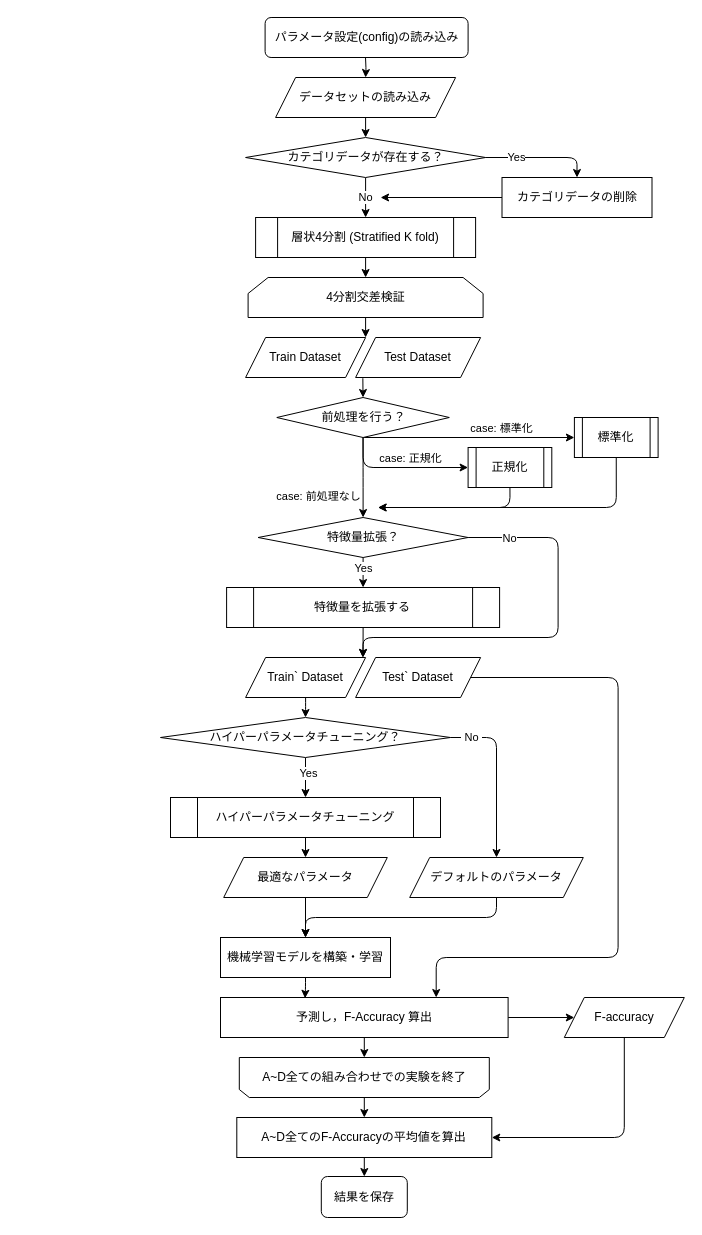
RyutaSato/ml-study-archive-rsato keeps this draw.io diagram as thesis/figures/ml-flow.drawio. Above is the earlier version. Source tidied: cells renumbered, new cells numbered last; positions are measured from the earlier drawing's top-left corner, leaving out a move shared by most shapes. Both pictures are drawn from the tidied source at 100%, with x=0, y=0 at pixel (160, 17).
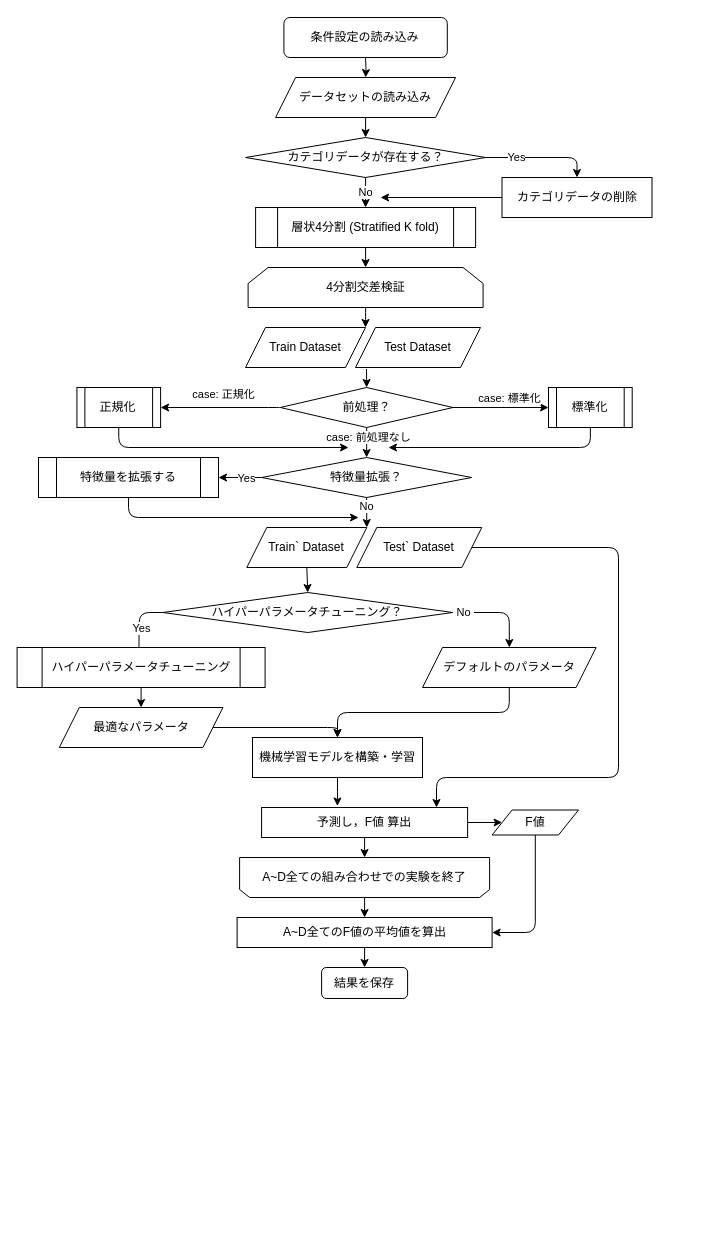
The same diagram, later.

Unchanged cells that the change refers to:
```xml
<mxCell id="55" value="Train` Dataset" style="shape=parallelogram;perimeter=parallelogramPerimeter;whiteSpace=wrap;html=1;fixedSize=1;" parent="54" vertex="1">
  <mxGeometry width="120" height="40" as="geometry" />
</mxCell>
<mxCell id="56" value="Test` Dataset" style="shape=parallelogram;perimeter=parallelogramPerimeter;whiteSpace=wrap;html=1;fixedSize=1;" parent="54" vertex="1">
  <mxGeometry x="110" width="125" height="40" as="geometry" />
</mxCell>
<mxCell id="59" value="Test Dataset" style="shape=parallelogram;perimeter=parallelogramPerimeter;whiteSpace=wrap;html=1;fixedSize=1;" parent="57" vertex="1">
  <mxGeometry x="110" width="125" height="40" as="geometry" />
</mxCell>
```

Diff of the diagram source:
```diff
@@
     <mxCell id="11" value="層状4分割 (Stratified K fold)" style="shape=process;whiteSpace=wrap;html=1;backgroundOutline=1;" parent="1" vertex="1">
-      <mxGeometry x="95.1" y="200" width="220" height="40" as="geometry" />
+      <mxGeometry x="95.1" y="190" width="220" height="40" as="geometry" />
     </mxCell>
@@
     <mxCell id="13" value="4分割交差検証" style="shape=loopLimit;whiteSpace=wrap;html=1;" parent="1" vertex="1">
-      <mxGeometry x="87.6" y="260" width="235" height="40" as="geometry" />
+      <mxGeometry x="87.6" y="250" width="235" height="40" as="geometry" />
     </mxCell>
@@
     <mxCell id="15" value="A~D全ての組み合わせでの実験を終了" style="shape=loopLimit;whiteSpace=wrap;html=1;size=10;rotation=0;horizontal=1;verticalAlign=middle;direction=west;flipV=0;" parent="1" vertex="1">
-      <mxGeometry x="78.8" y="1040" width="250" height="40" as="geometry" />
+      <mxGeometry x="79.1" y="840" width="250" height="40" as="geometry" />
     </mxCell>
-    <mxCell id="16" style="edgeStyle=orthogonalEdgeStyle;html=1;exitX=0.058;exitY=1.019;exitDx=0;exitDy=0;entryX=0.5;entryY=0;entryDx=0;entryDy=0;exitPerimeter=0;" parent="1" edge="1" source="59" target="51">
-      <mxGeometry relative="1" as="geometry" />
-    </mxCell>
-    <mxCell id="17" style="edgeStyle=orthogonalEdgeStyle;html=1;exitX=0.5;exitY=1;exitDx=0;exitDy=0;entryX=0.5;entryY=0;entryDx=0;entryDy=0;" parent="1" edge="1" source="21" target="53">
+    <mxCell id="17" style="edgeStyle=orthogonalEdgeStyle;html=1;exitX=0;exitY=0.5;exitDx=0;exitDy=0;entryX=1;entryY=0.5;entryDx=0;entryDy=0;" parent="1" edge="1" source="21" target="53">
       <mxGeometry relative="1" as="geometry" />
     </mxCell>
     <mxCell id="18" value="Yes" style="edgeLabel;html=1;align=center;verticalAlign=middle;" parent="17" vertex="1">
       <mxGeometry x="-0.53" relative="1" as="geometry">
-        <mxPoint y="3" as="offset" />
+        <mxPoint x="-6" as="offset" />
       </mxGeometry>
     </mxCell>
-    <mxCell id="19" style="edgeStyle=orthogonalEdgeStyle;html=1;exitX=1;exitY=0.5;exitDx=0;exitDy=0;" parent="1" edge="1" source="21">
-      <mxGeometry relative="1" as="geometry">
-        <mxPoint x="202.6" y="640" as="targetPoint" />
-        <Array as="points">
-          <mxPoint x="397.6" y="520" />
-          <mxPoint x="397.6" y="620" />
-          <mxPoint x="202.6" y="620" />
-        </Array>
-      </mxGeometry>
-    </mxCell>
+    <mxCell id="63" style="edgeStyle=none;html=1;exitX=0.5;exitY=1;exitDx=0;exitDy=0;entryX=1;entryY=0;entryDx=0;entryDy=0;" parent="1" edge="1" source="21" target="55">
+      <mxGeometry relative="1" as="geometry" />
+    </mxCell>
-    <mxCell id="20" value="No" style="edgeLabel;html=1;align=center;verticalAlign=middle;" parent="19" vertex="1">
-      <mxGeometry x="-0.78" y="-1" relative="1" as="geometry">
-        <mxPoint x="-4" y="-1" as="offset" />
-      </mxGeometry>
+    <mxCell id="20" value="No" style="edgeLabel;html=1;align=center;verticalAlign=middle;" parent="63" vertex="1">
+      <mxGeometry x="-0.48" y="-1" relative="1" as="geometry" />
     </mxCell>
     <mxCell id="21" value="特徴量拡張？" style="rhombus;whiteSpace=wrap;html=1;" parent="1" vertex="1">
-      <mxGeometry x="97.6" y="500" width="210" height="40" as="geometry" />
+      <mxGeometry x="101.1" y="440" width="210" height="40" as="geometry" />
     </mxCell>
-    <mxCell id="22" style="edgeStyle=orthogonalEdgeStyle;html=1;exitX=0.5;exitY=1;exitDx=0;exitDy=0;entryX=0;entryY=0.5;entryDx=0;entryDy=0;" parent="1" edge="1" source="51" target="28">
+    <mxCell id="22" style="edgeStyle=orthogonalEdgeStyle;html=1;exitX=0;exitY=0.5;exitDx=0;exitDy=0;entryX=1;entryY=0.5;entryDx=0;entryDy=0;" parent="1" edge="1" source="51" target="28">
       <mxGeometry relative="1" as="geometry">
         <Array as="points">
-          <mxPoint x="202.6" y="420" />
-          <mxPoint x="202.6" y="380" />
+          <mxPoint x="118" y="390" />
         </Array>
       </mxGeometry>
     </mxCell>
@@
-    <mxCell id="24" style="edgeStyle=orthogonalEdgeStyle;html=1;entryX=0;entryY=0.5;entryDx=0;entryDy=0;exitX=0.5;exitY=1;exitDx=0;exitDy=0;" parent="1" edge="1" source="51" target="30">
+    <mxCell id="24" style="edgeStyle=orthogonalEdgeStyle;html=1;entryX=0;entryY=0.5;entryDx=0;entryDy=0;exitX=1;exitY=0.5;exitDx=0;exitDy=0;" parent="1" edge="1" source="51" target="30">
       <mxGeometry relative="1" as="geometry">
         <Array as="points">
-          <mxPoint x="202.6" y="420" />
-          <mxPoint x="202.6" y="440" />
+          <mxPoint x="388" y="390" />
         </Array>
       </mxGeometry>
     </mxCell>
     <mxCell id="25" value="case: 標準化" style="edgeLabel;html=1;align=center;verticalAlign=middle;" parent="24" vertex="1">
       <mxGeometry x="0.2" y="-1" relative="1" as="geometry">
-        <mxPoint x="11" y="-11" as="offset" />
+        <mxPoint x="-1" y="-11" as="offset" />
       </mxGeometry>
     </mxCell>
-    <mxCell id="26" value="case: 前処理なし" style="edgeStyle=orthogonalEdgeStyle;html=1;exitX=0.5;exitY=1;exitDx=0;exitDy=0;" parent="1" edge="1" source="51">
-      <mxGeometry x="0.5" y="-45" relative="1" as="geometry">
-        <mxPoint x="202.6" y="500" as="targetPoint" />
-      </mxGeometry>
+    <mxCell id="26" value="case: 前処理なし" style="edgeStyle=orthogonalEdgeStyle;html=1;exitX=0.5;exitY=1;exitDx=0;exitDy=0;entryX=0.5;entryY=0;entryDx=0;entryDy=0;" parent="1" edge="1" source="51" target="21">
+      <mxGeometry x="-0.33" y="2" relative="1" as="geometry" />
     </mxCell>
     <mxCell id="27" style="edgeStyle=orthogonalEdgeStyle;html=1;exitX=0.5;exitY=1;exitDx=0;exitDy=0;" parent="1" edge="1" source="28">
       <mxGeometry relative="1" as="geometry">
-        <mxPoint x="217.6" y="490" as="targetPoint" />
+        <mxPoint x="188" y="430" as="targetPoint" />
         <Array as="points">
-          <mxPoint x="349.6" y="490" />
+          <mxPoint x="-42" y="430" />
         </Array>
       </mxGeometry>
     </mxCell>
     <mxCell id="28" value="正規化" style="shape=process;whiteSpace=wrap;html=1;backgroundOutline=1;fontFamily=Helvetica;fontSize=12;fontColor=default;align=center;strokeColor=default;fillColor=default;" parent="1" vertex="1">
-      <mxGeometry x="307.6" y="430" width="83.7" height="40" as="geometry" />
+      <mxGeometry x="-83.6" y="370" width="83.7" height="40" as="geometry" />
     </mxCell>
     <mxCell id="29" style="edgeStyle=orthogonalEdgeStyle;html=1;exitX=0.5;exitY=1;exitDx=0;exitDy=0;" parent="1" edge="1" source="30">
       <mxGeometry relative="1" as="geometry">
-        <mxPoint x="217.6" y="490" as="targetPoint" />
+        <mxPoint x="228" y="430" as="targetPoint" />
         <Array as="points">
-          <mxPoint x="455.6" y="490" />
+          <mxPoint x="430" y="430" />
         </Array>
       </mxGeometry>
     </mxCell>
     <mxCell id="30" value="標準化" style="shape=process;whiteSpace=wrap;html=1;backgroundOutline=1;fontFamily=Helvetica;fontSize=12;fontColor=default;align=center;strokeColor=default;fillColor=default;" parent="1" vertex="1">
-      <mxGeometry x="413.9" y="400" width="83.7" height="40" as="geometry" />
+      <mxGeometry x="388" y="370" width="83.7" height="40" as="geometry" />
     </mxCell>
-    <mxCell id="31" style="edgeStyle=orthogonalEdgeStyle;html=1;exitX=0.5;exitY=1;exitDx=0;exitDy=0;entryX=0.5;entryY=0;entryDx=0;entryDy=0;" parent="1" edge="1" source="34" target="36">
-      <mxGeometry relative="1" as="geometry" />
+    <mxCell id="31" style="edgeStyle=orthogonalEdgeStyle;html=1;entryX=0.5;entryY=0;entryDx=0;entryDy=0;exitX=0;exitY=0.5;exitDx=0;exitDy=0;" parent="1" edge="1" source="34">
+      <mxGeometry relative="1" as="geometry">
+        <mxPoint x="-21.7" y="645" as="targetPoint" />
+      </mxGeometry>
     </mxCell>
     <mxCell id="32" value="Yes" style="edgeLabel;html=1;align=center;verticalAlign=middle;" parent="31" vertex="1">
-      <mxGeometry x="-0.23" y="2" relative="1" as="geometry" />
+      <mxGeometry x="-0.23" y="2" relative="1" as="geometry">
+        <mxPoint y="11" as="offset" />
+      </mxGeometry>
     </mxCell>
@@
     <mxCell id="34" value="ハイパーパラメータチューニング？" style="rhombus;whiteSpace=wrap;html=1;" parent="1" vertex="1">
-      <mxGeometry y="700" width="290" height="40" as="geometry" />
+      <mxGeometry x="2.3" y="575" width="290" height="40" as="geometry" />
     </mxCell>
@@
     <mxCell id="36" value="ハイパーパラメータチューニング" style="shape=process;whiteSpace=wrap;html=1;backgroundOutline=1;fontFamily=Helvetica;fontSize=12;fontColor=default;align=center;strokeColor=default;fillColor=default;" parent="1" vertex="1">
-      <mxGeometry x="10" y="780" width="270" height="40" as="geometry" />
+      <mxGeometry x="-143.4" y="630" width="248" height="40" as="geometry" />
     </mxCell>
-    <mxCell id="37" style="edgeStyle=orthogonalEdgeStyle;html=1;exitX=0.5;exitY=1;exitDx=0;exitDy=0;entryX=0.5;entryY=0;entryDx=0;entryDy=0;" parent="1" edge="1" source="38" target="42">
+    <mxCell id="37" style="edgeStyle=orthogonalEdgeStyle;html=1;exitX=1;exitY=0.5;exitDx=0;exitDy=0;entryX=0.5;entryY=0;entryDx=0;entryDy=0;" parent="1" edge="1" source="38" target="42">
       <mxGeometry relative="1" as="geometry" />
     </mxCell>
     <mxCell id="38" value="最適なパラメータ" style="shape=parallelogram;perimeter=parallelogramPerimeter;whiteSpace=wrap;html=1;fixedSize=1;" parent="1" vertex="1">
-      <mxGeometry x="63.2" y="840" width="163.6" height="40" as="geometry" />
+      <mxGeometry x="-101.2" y="690" width="163.6" height="40" as="geometry" />
     </mxCell>
@@
     <mxCell id="40" value="デフォルトのパラメータ" style="shape=parallelogram;perimeter=parallelogramPerimeter;whiteSpace=wrap;html=1;fixedSize=1;" parent="1" vertex="1">
-      <mxGeometry x="249.2" y="840" width="173.6" height="40" as="geometry" />
+      <mxGeometry x="262" y="630" width="173.6" height="40" as="geometry" />
     </mxCell>
-    <mxCell id="41" style="edgeStyle=orthogonalEdgeStyle;html=1;exitX=0.5;exitY=1;exitDx=0;exitDy=0;entryX=0.294;entryY=0.02;entryDx=0;entryDy=0;entryPerimeter=0;" parent="1" edge="1" source="42" target="45">
+    <mxCell id="41" style="edgeStyle=orthogonalEdgeStyle;html=1;exitX=0.5;exitY=1;exitDx=0;exitDy=0;entryX=0.368;entryY=-0.05;entryDx=0;entryDy=0;entryPerimeter=0;" parent="1" edge="1" source="42" target="45">
       <mxGeometry relative="1" as="geometry" />
     </mxCell>
     <mxCell id="42" value="機械学習モデルを構築・学習" style="rounded=0;whiteSpace=wrap;html=1;" parent="1" vertex="1">
-      <mxGeometry x="60" y="920" width="170" height="40" as="geometry" />
+      <mxGeometry x="92" y="720" width="170" height="40" as="geometry" />
     </mxCell>
@@
-    <mxCell id="45" value="予測し，F-Accuracy 算出" style="rounded=0;whiteSpace=wrap;html=1;" parent="1" vertex="1">
-      <mxGeometry x="60" y="980" width="287.6" height="40" as="geometry" />
+    <mxCell id="45" value="予測し，F値 算出" style="rounded=0;whiteSpace=wrap;html=1;" parent="1" vertex="1">
+      <mxGeometry x="101.1" y="790" width="206" height="30" as="geometry" />
     </mxCell>
-    <mxCell id="46" style="edgeStyle=orthogonalEdgeStyle;html=1;exitX=0.5;exitY=1;exitDx=0;exitDy=0;entryX=0.5;entryY=0;entryDx=0;entryDy=0;" parent="1" edge="1" source="55" target="34">
-      <mxGeometry relative="1" as="geometry" />
-    </mxCell>
@@
-    <mxCell id="48" value="F-accuracy" style="shape=parallelogram;perimeter=parallelogramPerimeter;whiteSpace=wrap;html=1;fixedSize=1;" parent="1" vertex="1">
-      <mxGeometry x="403.8" y="980" width="120" height="40" as="geometry" />
+    <mxCell id="48" value="F値" style="shape=parallelogram;perimeter=parallelogramPerimeter;whiteSpace=wrap;html=1;fixedSize=1;" parent="1" vertex="1">
+      <mxGeometry x="331.6" y="792.5" width="86.4" height="25" as="geometry" />
     </mxCell>
@@
-    <mxCell id="50" value="A~D全てのF-Accuracyの平均値を算出" style="rounded=0;whiteSpace=wrap;html=1;" parent="1" vertex="1">
-      <mxGeometry x="76.3" y="1100" width="255" height="40" as="geometry" />
+    <mxCell id="50" value="A~D全てのF値の平均値を算出" style="rounded=0;whiteSpace=wrap;html=1;" parent="1" vertex="1">
+      <mxGeometry x="76.6" y="900" width="255" height="30" as="geometry" />
     </mxCell>
-    <mxCell id="51" value="前処理を行う？" style="shape=rhombus;html=1;dashed=0;whitespace=wrap;perimeter=rhombusPerimeter;" parent="1" vertex="1">
-      <mxGeometry x="116.3" y="380" width="172.5" height="40" as="geometry" />
+    <mxCell id="51" value="前処理？" style="shape=rhombus;html=1;dashed=0;whitespace=wrap;perimeter=rhombusPerimeter;" parent="1" vertex="1">
+      <mxGeometry x="119.9" y="370" width="172.5" height="40" as="geometry" />
     </mxCell>
     <mxCell id="52" style="edgeStyle=orthogonalEdgeStyle;html=1;exitX=0.5;exitY=1;exitDx=0;exitDy=0;" parent="1" edge="1" source="53">
       <mxGeometry relative="1" as="geometry">
-        <mxPoint x="202.3" y="640" as="targetPoint" />
+        <mxPoint x="198" y="500" as="targetPoint" />
+        <Array as="points">
+          <mxPoint x="-32" y="500" />
+          <mxPoint x="198" y="500" />
+        </Array>
       </mxGeometry>
     </mxCell>
     <mxCell id="53" value="特徴量を拡張する" style="shape=process;whiteSpace=wrap;html=1;backgroundOutline=1;" parent="1" vertex="1">
-      <mxGeometry x="66.1" y="570" width="273" height="40" as="geometry" />
+      <mxGeometry x="-122" y="440" width="180" height="40" as="geometry" />
     </mxCell>
     <mxCell id="54" style="group;" parent="1" vertex="1">
-      <mxGeometry x="85.1" y="640" width="235" height="40" as="geometry" />
+      <mxGeometry x="86.3" y="510" width="235" height="40" as="geometry" />
     </mxCell>
@@
     <mxCell id="57" style="group;" parent="1" vertex="1">
-      <mxGeometry x="85.1" y="320" width="235" height="40" as="geometry" />
+      <mxGeometry x="85" y="310" width="235" height="40" as="geometry" />
     </mxCell>
@@
-    <mxCell id="60" style="edgeStyle=orthogonalEdgeStyle;html=1;exitX=1;exitY=0.5;exitDx=0;exitDy=0;entryX=0.75;entryY=0;entryDx=0;entryDy=0;" parent="1" edge="1" source="56" target="45">
+    <mxCell id="60" style="edgeStyle=orthogonalEdgeStyle;html=1;exitX=1;exitY=0.5;exitDx=0;exitDy=0;" parent="1" edge="1" source="56">
       <mxGeometry relative="1" as="geometry">
+        <mxPoint x="276" y="790" as="targetPoint" />
         <Array as="points">
-          <mxPoint x="457.6" y="660" />
-          <mxPoint x="457.6" y="940" />
-          <mxPoint x="275.6" y="940" />
+          <mxPoint x="458" y="530" />
+          <mxPoint x="458" y="760" />
+          <mxPoint x="276" y="760" />
+          <mxPoint x="276" y="790" />
         </Array>
       </mxGeometry>
     </mxCell>
-    <mxCell id="61" value="パラメータ設定(config)の読み込み" style="rounded=1;whiteSpace=wrap;html=1;" parent="1" vertex="1">
-      <mxGeometry x="104.6" width="203" height="40" as="geometry" />
+    <mxCell id="61" value="条件設定の読み込み" style="rounded=1;whiteSpace=wrap;html=1;" parent="1" vertex="1">
+      <mxGeometry x="123.4" width="163.4" height="40" as="geometry" />
     </mxCell>
     <mxCell id="62" value="結果を保存" style="rounded=1;whiteSpace=wrap;html=1;" parent="1" vertex="1">
-      <mxGeometry x="160.8" y="1159" width="86" height="41" as="geometry" />
+      <mxGeometry x="161.1" y="950" width="86" height="31" as="geometry" />
     </mxCell>
+    <mxCell id="16" style="endArrow=classic;html=1;exitX=0.088;exitY=1.036;exitDx=0;exitDy=0;exitPerimeter=0;entryX=0.5;entryY=0;entryDx=0;entryDy=0;" parent="1" edge="1" source="59" target="51">
+      <mxGeometry relative="1" as="geometry" />
+    </mxCell>
+    <mxCell id="46" style="edgeStyle=none;html=1;exitX=0.5;exitY=1;exitDx=0;exitDy=0;entryX=0.5;entryY=0;entryDx=0;entryDy=0;" parent="1" edge="1" source="55" target="34">
+      <mxGeometry relative="1" as="geometry" />
+    </mxCell>
```
